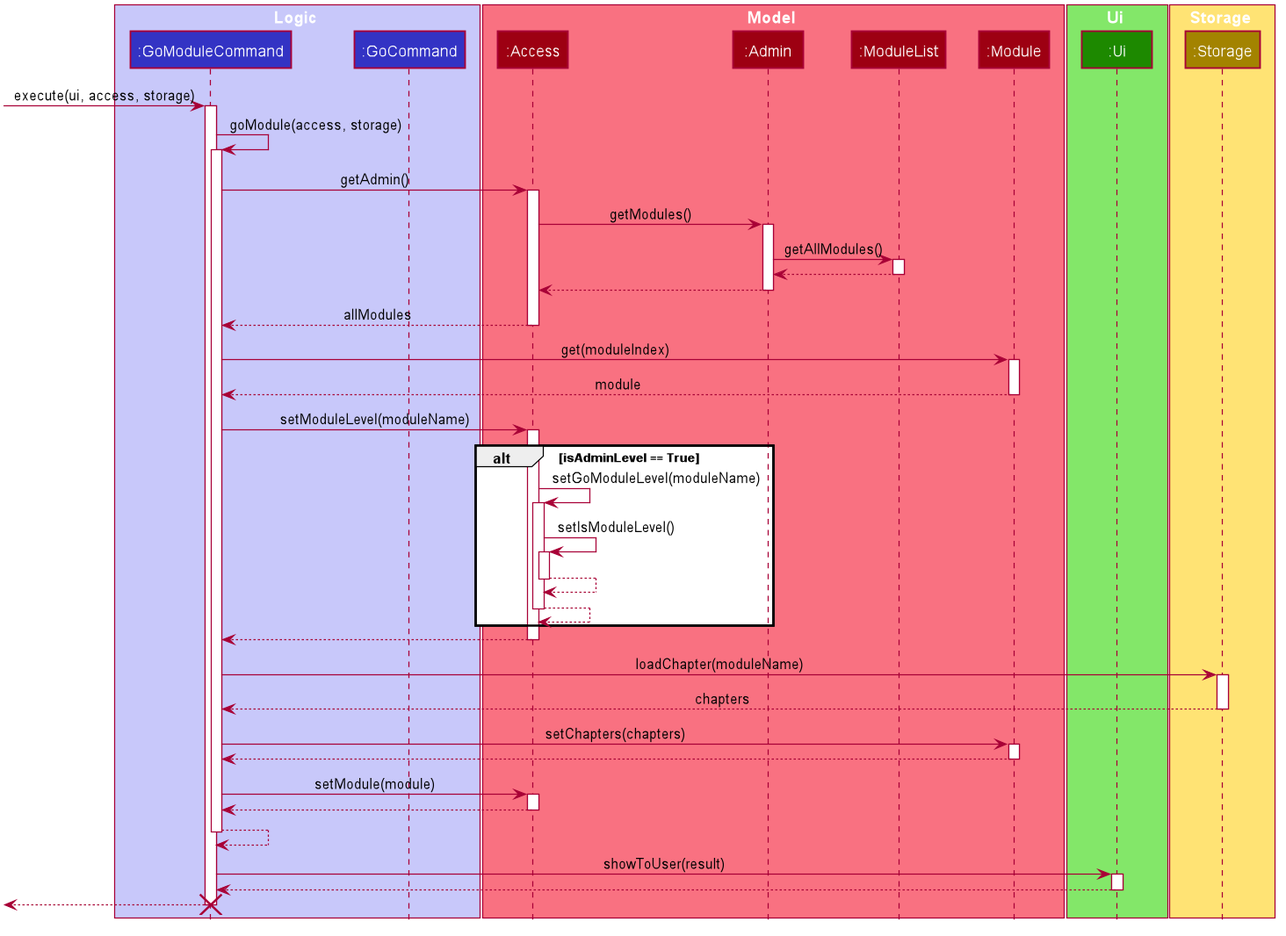
The PlantUML diagram docs/UML/AccessModuleCommand.png in nus-cs2113-AY2021S1/tp, before a commit.
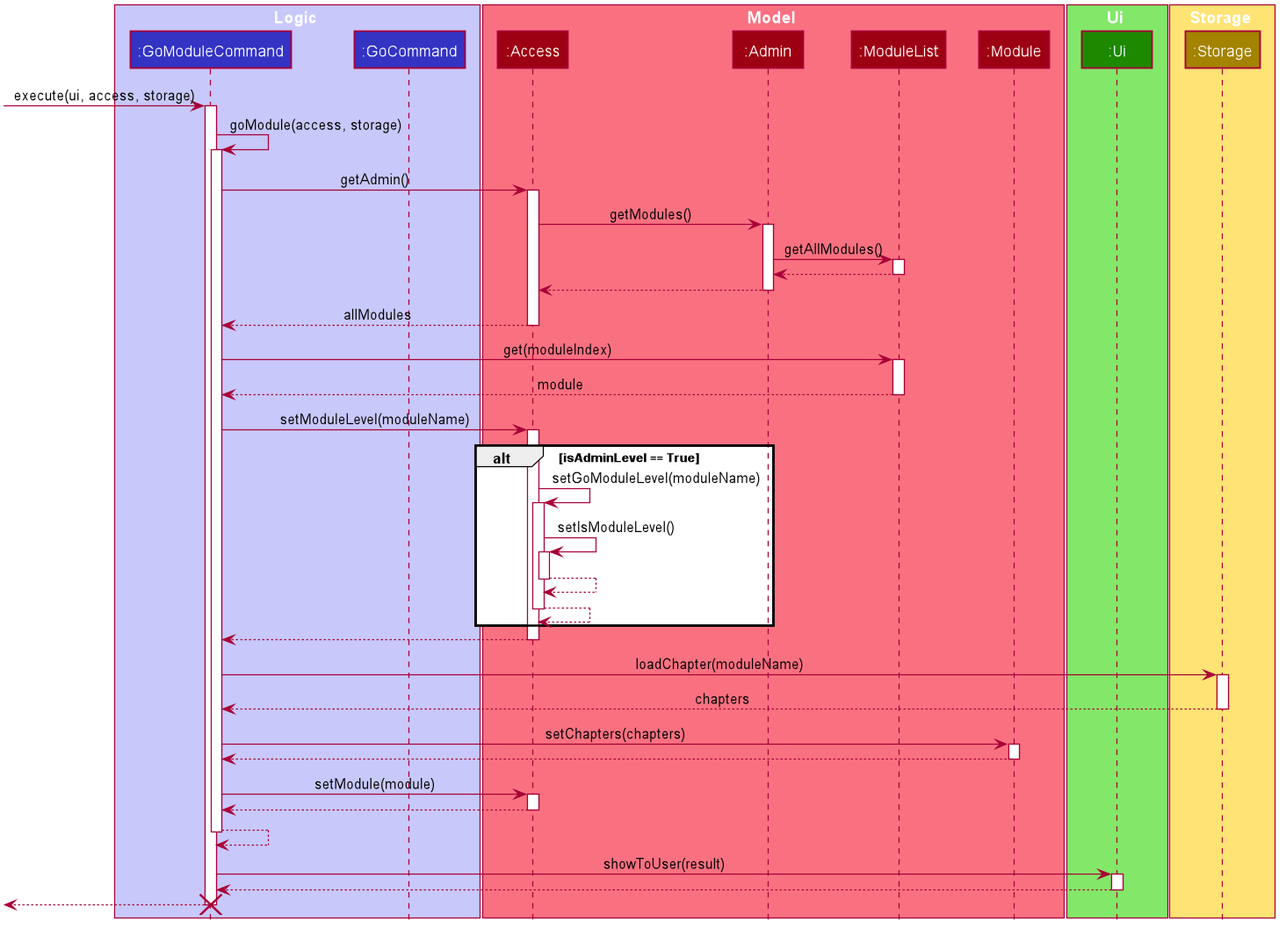
The same diagram one commit later.

What changed in the source:
```diff
@@ -79,7 +79,7 @@
 return
 return
 return allModules
-GoModuleCommand -> Module ++: get(moduleIndex)
+GoModuleCommand -> ModuleList ++: get(moduleIndex)
 return module
 GoModuleCommand -> Access ++ : setModuleLevel(moduleName)
 alt isAdminLevel == True
```
